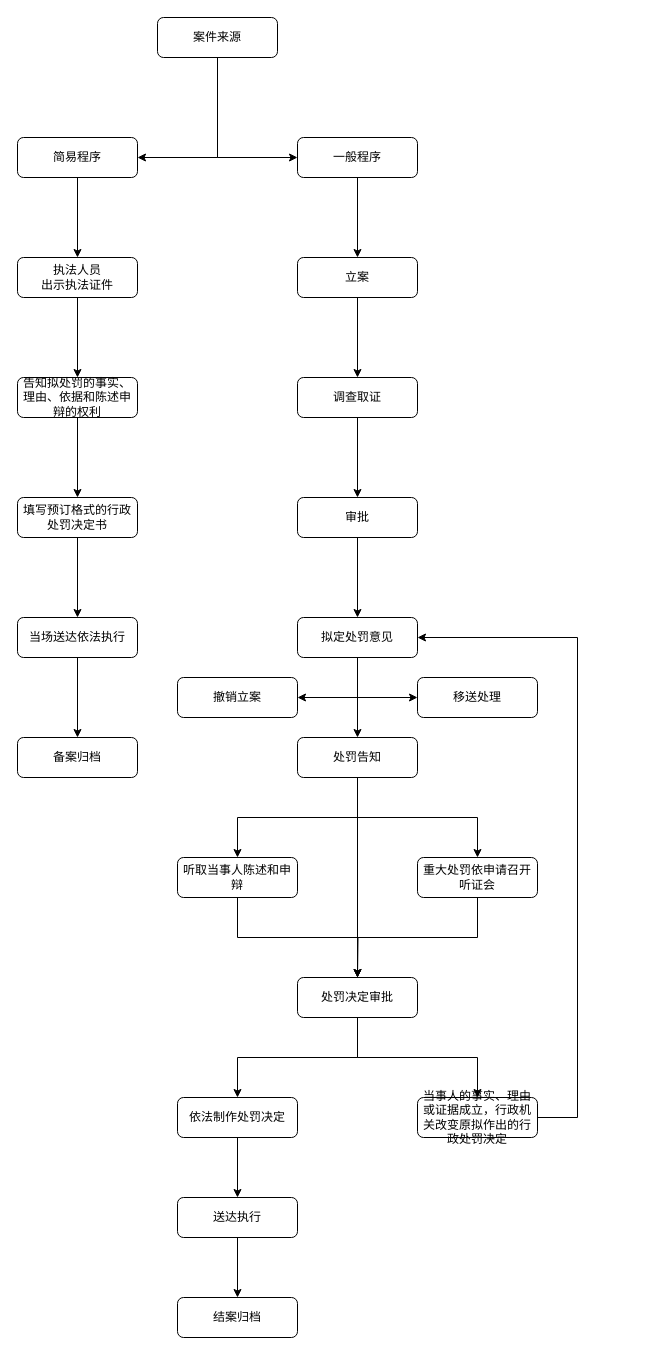
This is 项目方案/行政处罚流程图.drawio from JaceLu/Docs, a draw.io file, before an edit. Source tidied: cells renumbered, new cells numbered last; positions are measured from the earlier drawing's top-left corner, leaving out a move shared by most shapes. Both pictures are drawn from the tidied source at 100%, with x=0, y=0 at pixel (17, 17).
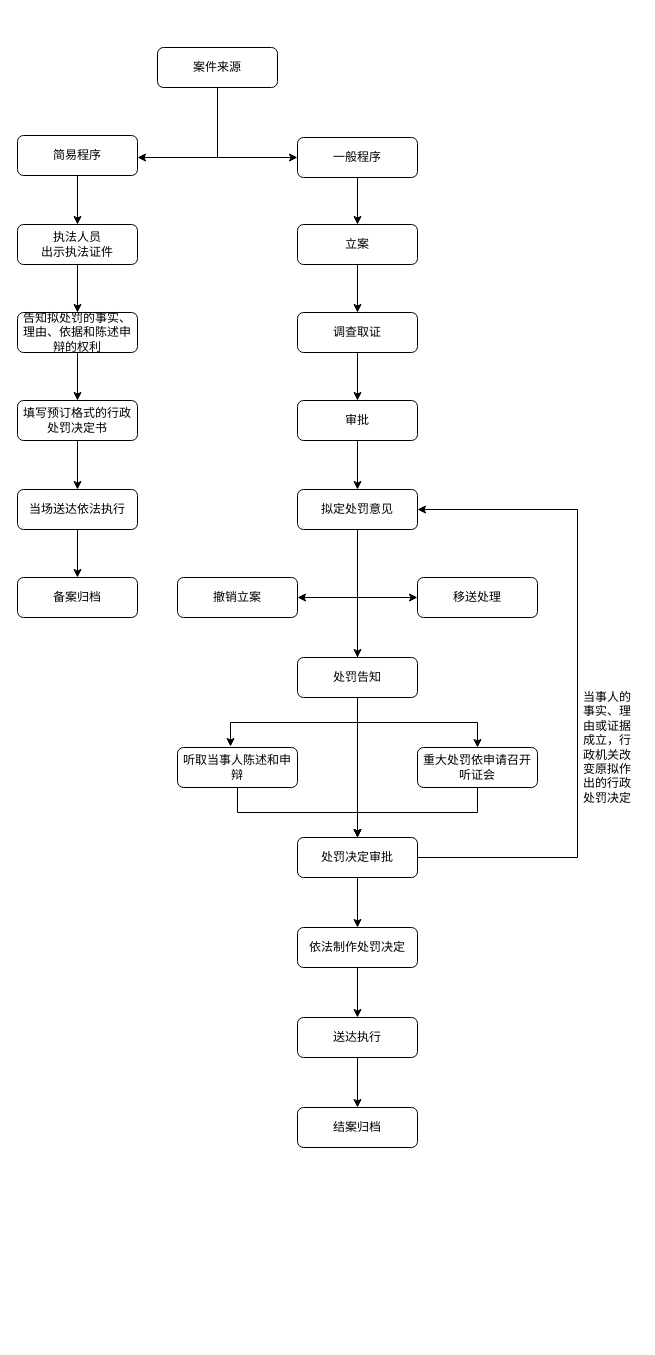
The same page after the edit.

Commit message:
更新行政处罚流程图.drawio

Change to the diagram source:
```diff
@@
     <mxCell id="4" value="案件来源" style="rounded=1;whiteSpace=wrap;html=1;fontSize=12;glass=0;strokeWidth=1;shadow=0;" parent="1" vertex="1">
-      <mxGeometry x="140" width="120" height="40" as="geometry" />
+      <mxGeometry x="140" y="30" width="120" height="40" as="geometry" />
     </mxCell>
@@
     <mxCell id="6" value="简易程序" style="rounded=1;whiteSpace=wrap;html=1;fontSize=12;glass=0;strokeWidth=1;shadow=0;" parent="1" vertex="1">
-      <mxGeometry y="120" width="120" height="40" as="geometry" />
+      <mxGeometry y="118" width="120" height="40" as="geometry" />
     </mxCell>
@@
     <mxCell id="8" value="执法人员&lt;br&gt;出示执法证件" style="rounded=1;whiteSpace=wrap;html=1;fontSize=12;glass=0;strokeWidth=1;shadow=0;" parent="1" vertex="1">
-      <mxGeometry y="240" width="120" height="40" as="geometry" />
+      <mxGeometry y="207" width="120" height="40" as="geometry" />
     </mxCell>
@@
     <mxCell id="12" value="立案" style="rounded=1;whiteSpace=wrap;html=1;fontSize=12;glass=0;strokeWidth=1;shadow=0;" parent="1" vertex="1">
-      <mxGeometry x="280" y="240" width="120" height="40" as="geometry" />
+      <mxGeometry x="280" y="207" width="120" height="40" as="geometry" />
     </mxCell>
@@
     <mxCell id="14" value="调查取证" style="rounded=1;whiteSpace=wrap;html=1;fontSize=12;glass=0;strokeWidth=1;shadow=0;" parent="1" vertex="1">
-      <mxGeometry x="280" y="360" width="120" height="40" as="geometry" />
+      <mxGeometry x="280" y="295" width="120" height="40" as="geometry" />
     </mxCell>
@@
     <mxCell id="16" value="审批" style="rounded=1;whiteSpace=wrap;html=1;fontSize=12;glass=0;strokeWidth=1;shadow=0;" parent="1" vertex="1">
-      <mxGeometry x="280" y="480" width="120" height="40" as="geometry" />
+      <mxGeometry x="280" y="383" width="120" height="40" as="geometry" />
     </mxCell>
@@
-    <mxCell id="18" style="edgeStyle=orthogonalEdgeStyle;rounded=0;jettySize=auto;html=1;fontSize=20;" parent="1" edge="1" source="20" target="26">
+    <mxCell id="18" style="edgeStyle=orthogonalEdgeStyle;rounded=0;jettySize=auto;html=1;fontSize=20;startArrow=none;" parent="1" edge="1" source="24" target="26">
       <mxGeometry relative="1" as="geometry">
         <Array as="points">
           <mxPoint x="340" y="680" />
         </Array>
       </mxGeometry>
     </mxCell>
@@
     <mxCell id="20" value="拟定处罚意见" style="rounded=1;whiteSpace=wrap;html=1;fontSize=12;glass=0;strokeWidth=1;shadow=0;" parent="1" vertex="1">
-      <mxGeometry x="280" y="600" width="120" height="40" as="geometry" />
+      <mxGeometry x="280" y="472" width="120" height="40" as="geometry" />
     </mxCell>
@@
-    <mxCell id="22" style="edgeStyle=orthogonalEdgeStyle;rounded=0;jettySize=auto;html=1;fontSize=20;" parent="1" edge="1" source="24" target="28">
-      <mxGeometry relative="1" as="geometry" />
-    </mxCell>
-    <mxCell id="23" style="edgeStyle=orthogonalEdgeStyle;rounded=0;jettySize=auto;html=1;fontSize=20;" parent="1" edge="1" source="24" target="30">
-      <mxGeometry relative="1" as="geometry" />
-    </mxCell>
-    <mxCell id="24" value="处罚告知" style="rounded=1;whiteSpace=wrap;html=1;fontSize=12;glass=0;strokeWidth=1;shadow=0;" parent="1" vertex="1">
-      <mxGeometry x="280" y="720" width="120" height="40" as="geometry" />
-    </mxCell>
     <mxCell id="25" value="撤销立案" style="rounded=1;whiteSpace=wrap;html=1;fontSize=12;glass=0;strokeWidth=1;shadow=0;" parent="1" vertex="1">
-      <mxGeometry x="160" y="660" width="120" height="40" as="geometry" />
+      <mxGeometry x="160" y="560" width="120" height="40" as="geometry" />
     </mxCell>
     <mxCell id="26" value="移送处理" style="rounded=1;whiteSpace=wrap;html=1;fontSize=12;glass=0;strokeWidth=1;shadow=0;" parent="1" vertex="1">
-      <mxGeometry x="400" y="660" width="120" height="40" as="geometry" />
+      <mxGeometry x="400" y="560" width="120" height="40" as="geometry" />
     </mxCell>
-    <mxCell id="27" style="edgeStyle=orthogonalEdgeStyle;rounded=0;jettySize=auto;html=1;exitX=0.5;exitY=1;exitDx=0;exitDy=0;entryX=0.5;entryY=0;entryDx=0;entryDy=0;fontSize=20;" parent="1" edge="1" source="28" target="33">
+    <mxCell id="27" style="edgeStyle=orthogonalEdgeStyle;rounded=0;jettySize=auto;html=1;entryX=0.5;entryY=0;entryDx=0;entryDy=0;" parent="1" edge="1" source="28" target="33">
       <mxGeometry relative="1" as="geometry" />
     </mxCell>
     <mxCell id="28" value="听取当事人陈述和申辩" style="rounded=1;whiteSpace=wrap;html=1;fontSize=12;glass=0;strokeWidth=1;shadow=0;" parent="1" vertex="1">
-      <mxGeometry x="160" y="840" width="120" height="40" as="geometry" />
+      <mxGeometry x="160" y="730" width="120" height="40" as="geometry" />
     </mxCell>
-    <mxCell id="29" style="edgeStyle=orthogonalEdgeStyle;rounded=0;jettySize=auto;html=1;fontSize=20;exitX=0.5;exitY=1;exitDx=0;exitDy=0;" parent="1" edge="1" source="30">
-      <mxGeometry relative="1" as="geometry">
-        <mxPoint x="340" y="960" as="targetPoint" />
-      </mxGeometry>
-    </mxCell>
+    <mxCell id="48" style="edgeStyle=orthogonalEdgeStyle;rounded=0;jettySize=auto;html=1;entryX=0.5;entryY=0;entryDx=0;entryDy=0;" parent="1" edge="1" source="30" target="33">
+      <mxGeometry relative="1" as="geometry" />
+    </mxCell>
     <mxCell id="30" value="重大处罚依申请召开听证会" style="rounded=1;whiteSpace=wrap;html=1;fontSize=12;glass=0;strokeWidth=1;shadow=0;" parent="1" vertex="1">
-      <mxGeometry x="400" y="840" width="120" height="40" as="geometry" />
+      <mxGeometry x="400" y="730" width="120" height="40" as="geometry" />
     </mxCell>
@@
-    <mxCell id="32" style="edgeStyle=orthogonalEdgeStyle;rounded=0;jettySize=auto;html=1;fontSize=20;" parent="1" edge="1" source="33" target="47">
-      <mxGeometry relative="1" as="geometry" />
-    </mxCell>
     <mxCell id="33" value="处罚决定审批" style="rounded=1;whiteSpace=wrap;html=1;fontSize=12;glass=0;strokeWidth=1;shadow=0;" parent="1" vertex="1">
-      <mxGeometry x="280" y="960" width="120" height="40" as="geometry" />
+      <mxGeometry x="280" y="820" width="120" height="40" as="geometry" />
     </mxCell>
-    <mxCell id="34" style="edgeStyle=orthogonalEdgeStyle;rounded=0;jettySize=auto;html=1;fontSize=20;" parent="1" edge="1" source="35" target="37">
-      <mxGeometry relative="1" as="geometry" />
-    </mxCell>
-    <mxCell id="35" value="依法制作处罚决定" style="rounded=1;whiteSpace=wrap;html=1;fontSize=12;glass=0;strokeWidth=1;shadow=0;" parent="1" vertex="1">
-      <mxGeometry x="160" y="1080" width="120" height="40" as="geometry" />
-    </mxCell>
@@
     <mxCell id="37" value="送达执行" style="rounded=1;whiteSpace=wrap;html=1;fontSize=12;glass=0;strokeWidth=1;shadow=0;" parent="1" vertex="1">
-      <mxGeometry x="160" y="1180" width="120" height="40" as="geometry" />
+      <mxGeometry x="280" y="1000" width="120" height="40" as="geometry" />
     </mxCell>
     <mxCell id="38" value="结案归档" style="rounded=1;whiteSpace=wrap;html=1;fontSize=12;glass=0;strokeWidth=1;shadow=0;" parent="1" vertex="1">
-      <mxGeometry x="160" y="1280" width="120" height="40" as="geometry" />
+      <mxGeometry x="280" y="1090" width="120" height="40" as="geometry" />
     </mxCell>
@@
     <mxCell id="40" value="告知拟处罚的事实、理由、依据和陈述申辩的权利" style="rounded=1;whiteSpace=wrap;html=1;fontSize=12;glass=0;strokeWidth=1;shadow=0;" parent="1" vertex="1">
-      <mxGeometry y="360" width="120" height="40" as="geometry" />
+      <mxGeometry y="295" width="120" height="40" as="geometry" />
     </mxCell>
@@
     <mxCell id="42" value="填写预订格式的行政处罚决定书" style="rounded=1;whiteSpace=wrap;html=1;fontSize=12;glass=0;strokeWidth=1;shadow=0;" parent="1" vertex="1">
-      <mxGeometry y="480" width="120" height="40" as="geometry" />
+      <mxGeometry y="383" width="120" height="40" as="geometry" />
     </mxCell>
@@
     <mxCell id="44" value="当场送达依法执行" style="rounded=1;whiteSpace=wrap;html=1;fontSize=12;glass=0;strokeWidth=1;shadow=0;" parent="1" vertex="1">
-      <mxGeometry y="600" width="120" height="40" as="geometry" />
+      <mxGeometry y="472" width="120" height="40" as="geometry" />
     </mxCell>
     <mxCell id="45" value="备案归档" style="rounded=1;whiteSpace=wrap;html=1;fontSize=12;glass=0;strokeWidth=1;shadow=0;" parent="1" vertex="1">
-      <mxGeometry y="720" width="120" height="40" as="geometry" />
+      <mxGeometry y="560" width="120" height="40" as="geometry" />
     </mxCell>
-    <mxCell id="46" style="edgeStyle=orthogonalEdgeStyle;rounded=0;jettySize=auto;html=1;entryX=1;entryY=0.5;entryDx=0;entryDy=0;fontSize=20;" parent="1" edge="1" source="47" target="20">
+    <mxCell id="46" style="edgeStyle=orthogonalEdgeStyle;rounded=0;jettySize=auto;html=1;entryX=1;entryY=0.5;entryDx=0;entryDy=0;fontSize=20;exitX=1;exitY=0.5;exitDx=0;exitDy=0;" parent="1" edge="1" source="33" target="20">
       <mxGeometry relative="1" as="geometry">
         <Array as="points">
-          <mxPoint x="560" y="1100" />
-          <mxPoint x="560" y="620" />
+          <mxPoint x="560" y="840" />
+          <mxPoint x="560" y="492" />
         </Array>
       </mxGeometry>
     </mxCell>
-    <mxCell id="47" value="当事人的事实、理由或证据成立，行政机关改变原拟作出的行政处罚决定" style="rounded=1;whiteSpace=wrap;html=1;fontSize=12;glass=0;strokeWidth=1;shadow=0;" parent="1" vertex="1">
-      <mxGeometry x="400" y="1080" width="120" height="40" as="geometry" />
+    <mxCell id="47" value="当事人的事实、理由或证据成立，行政机关改变原拟作出的行政处罚决定" style="text;html=1;strokeColor=none;fillColor=none;align=center;verticalAlign=middle;whiteSpace=wrap;rounded=0;" parent="1" vertex="1">
+      <mxGeometry x="560" y="620" width="60" height="220" as="geometry" />
     </mxCell>
+    <mxCell id="22" style="edgeStyle=orthogonalEdgeStyle;rounded=0;jettySize=auto;html=1;entryX=0.442;entryY=-0.025;entryDx=0;entryDy=0;entryPerimeter=0;" parent="1" edge="1" source="24" target="28">
+      <mxGeometry relative="1" as="geometry" />
+    </mxCell>
+    <mxCell id="23" style="edgeStyle=orthogonalEdgeStyle;rounded=0;jettySize=auto;html=1;" parent="1" edge="1" source="24" target="30">
+      <mxGeometry relative="1" as="geometry" />
+    </mxCell>
+    <mxCell id="24" value="处罚告知" style="rounded=1;whiteSpace=wrap;html=1;fontSize=12;glass=0;strokeWidth=1;shadow=0;" parent="1" vertex="1">
+      <mxGeometry x="280" y="640" width="120" height="40" as="geometry" />
+    </mxCell>
+    <mxCell id="49" style="edgeStyle=orthogonalEdgeStyle;rounded=0;jettySize=auto;html=1;fontSize=20;endArrow=none;" parent="1" edge="1" source="20" target="24">
+      <mxGeometry relative="1" as="geometry" />
+    </mxCell>
+    <mxCell id="50" style="edgeStyle=orthogonalEdgeStyle;rounded=0;orthogonalLoop=1;jettySize=auto;html=1;exitX=0.5;exitY=1;exitDx=0;exitDy=0;" parent="1" edge="1" source="35" target="35">
+      <mxGeometry relative="1" as="geometry" />
+    </mxCell>
+    <mxCell id="34" style="edgeStyle=orthogonalEdgeStyle;rounded=0;jettySize=auto;html=1;entryX=0.5;entryY=0;entryDx=0;entryDy=0;" parent="1" edge="1" source="35" target="37">
+      <mxGeometry relative="1" as="geometry" />
+    </mxCell>
+    <mxCell id="35" value="依法制作处罚决定" style="rounded=1;whiteSpace=wrap;html=1;fontSize=12;glass=0;strokeWidth=1;shadow=0;" parent="1" vertex="1">
+      <mxGeometry x="280" y="910" width="120" height="40" as="geometry" />
+    </mxCell>
```
